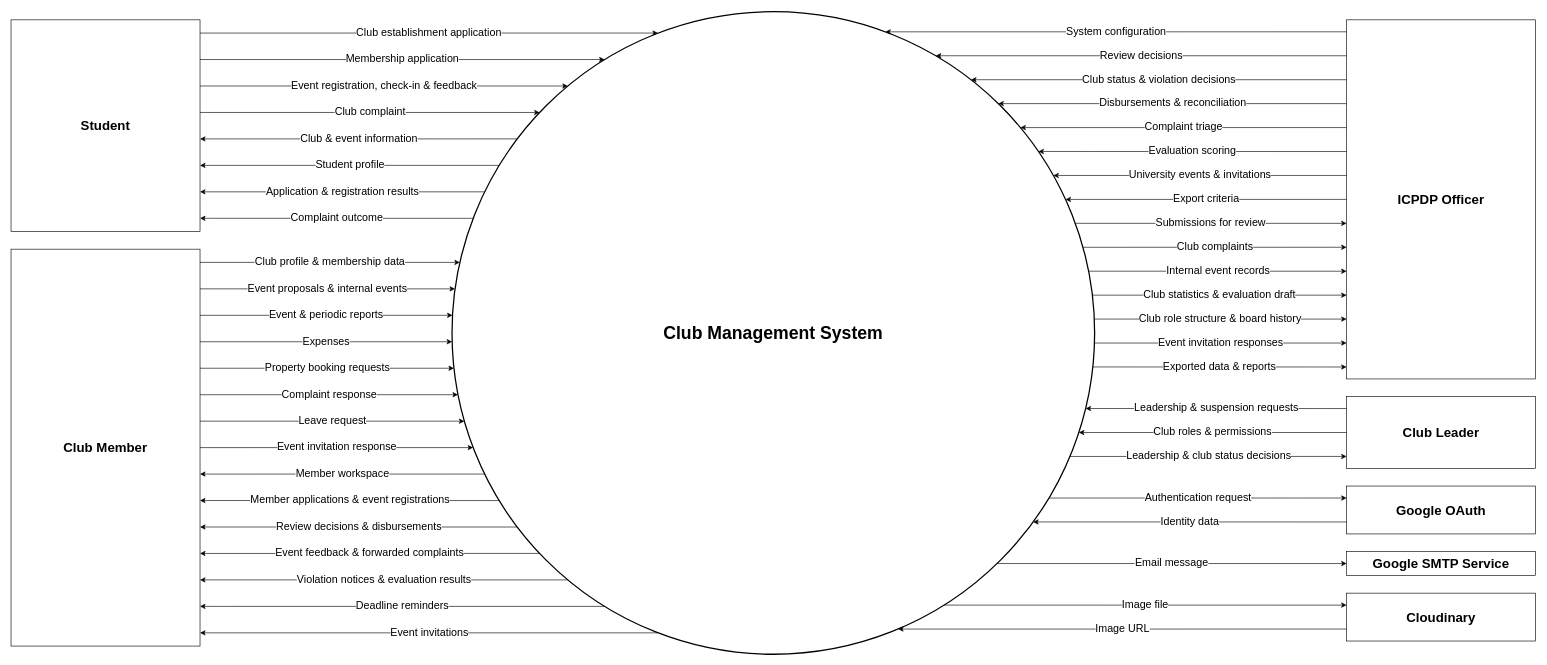
The draw.io diagram docs/03-diagrams/UCMS_Context_Diagram_v2.1.drawio in nvdekay/ClubManagementSystem, before the edit. Source tidied: cells renumbered, new cells numbered last; positions are measured from the earlier drawing's top-left corner, leaving out a move shared by most shapes. Both pictures are drawn from the tidied source at 63%, with x=0, y=0 at pixel (11, 11).
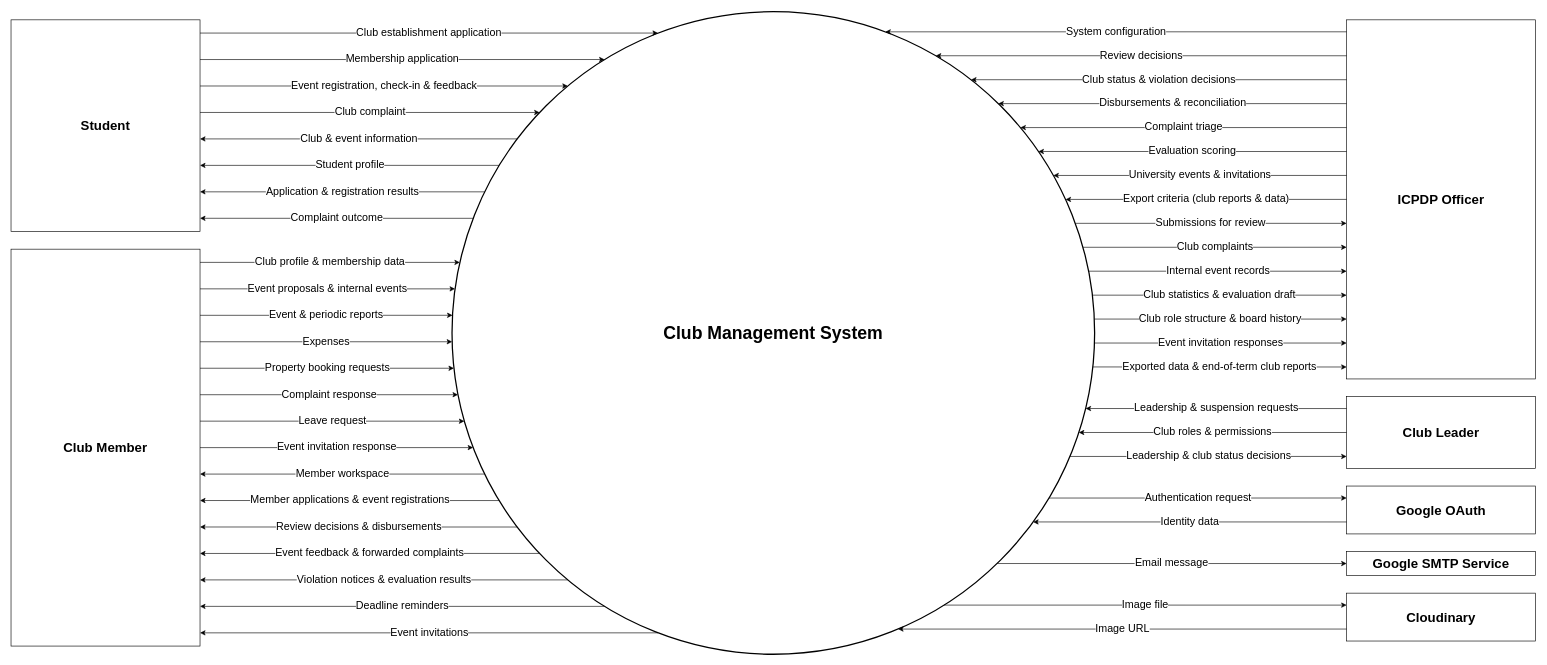
The same diagram, later.

Commit message (it also covers changes not shown here):
refactor: add feature to context diagram

Unchanged cells that the change refers to:
```xml
<mxCell id="2" value="Club Management System" style="ellipse;whiteSpace=wrap;html=1;strokeWidth=2;fontSize=28;fontStyle=1;" parent="1" vertex="1">
  <mxGeometry x="700" width="1020" height="1020" as="geometry" />
</mxCell>
<mxCell id="28" value="ICPDP Officer" style="rounded=0;whiteSpace=wrap;html=1;fontSize=21;fontStyle=1;" parent="1" vertex="1">
  <mxGeometry x="2120" y="13" width="300" height="570" as="geometry" />
</mxCell>
```

Change to the diagram source:
```diff
@@
-    <mxCell id="42" value="Export criteria" style="edgeStyle=none;rounded=0;html=1;endArrow=classic;endFill=1;fontSize=17;labelBackgroundColor=#ffffff;exitX=0.0000;exitY=0.5000;exitDx=0;exitDy=0;exitPerimeter=0;entryX=0.9548;entryY=0.2922;entryDx=0;entryDy=0;entryPerimeter=0;" parent="1" edge="1" source="28" target="2">
+    <mxCell id="42" value="Export criteria (club reports &amp; data)" style="edgeStyle=none;rounded=0;html=1;endArrow=classic;endFill=1;fontSize=17;labelBackgroundColor=#ffffff;exitX=0.0000;exitY=0.5000;exitDx=0;exitDy=0;exitPerimeter=0;entryX=0.9548;entryY=0.2922;entryDx=0;entryDy=0;entryPerimeter=0;" parent="1" edge="1" source="28" target="2">
       <mxGeometry relative="1" as="geometry" />
     </mxCell>
-    <mxCell id="43" value="Exported data &amp; reports" style="edgeStyle=none;rounded=0;html=1;endArrow=classic;endFill=1;fontSize=17;labelBackgroundColor=#ffffff;exitX=0.9972;exitY=0.5529;exitDx=0;exitDy=0;exitPerimeter=0;entryX=0.0000;entryY=0.9667;entryDx=0;entryDy=0;entryPerimeter=0;" parent="1" edge="1" source="2" target="28">
+    <mxCell id="43" value="Exported data &amp; end-of-term club reports" style="edgeStyle=none;rounded=0;html=1;endArrow=classic;endFill=1;fontSize=17;labelBackgroundColor=#ffffff;exitX=0.9972;exitY=0.5529;exitDx=0;exitDy=0;exitPerimeter=0;entryX=0.0000;entryY=0.9667;entryDx=0;entryDy=0;entryPerimeter=0;" parent="1" edge="1" source="2" target="28">
       <mxGeometry relative="1" as="geometry" />
     </mxCell>
```
